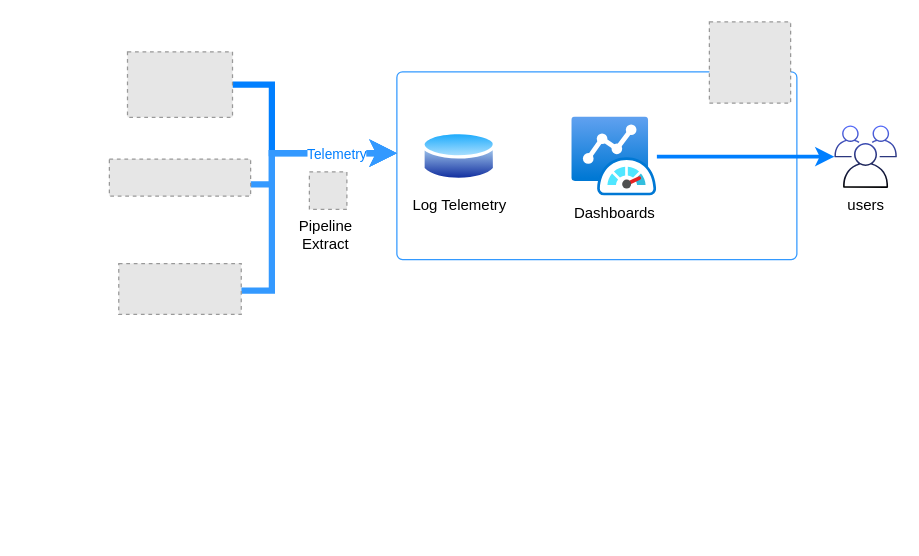
This is Monitor.drawio from jijeeshme/diagrams, a draw.io file, before an edit. Source tidied: cells renumbered, new cells numbered last; positions are measured from the earlier drawing's top-left corner, leaving out a move shared by most shapes. Both pictures are drawn from the tidied source at 125%, with x=0, y=0 at pixel (109, 21). Pictures stored in the file or linked from it are replaced by grey dashed boxes.
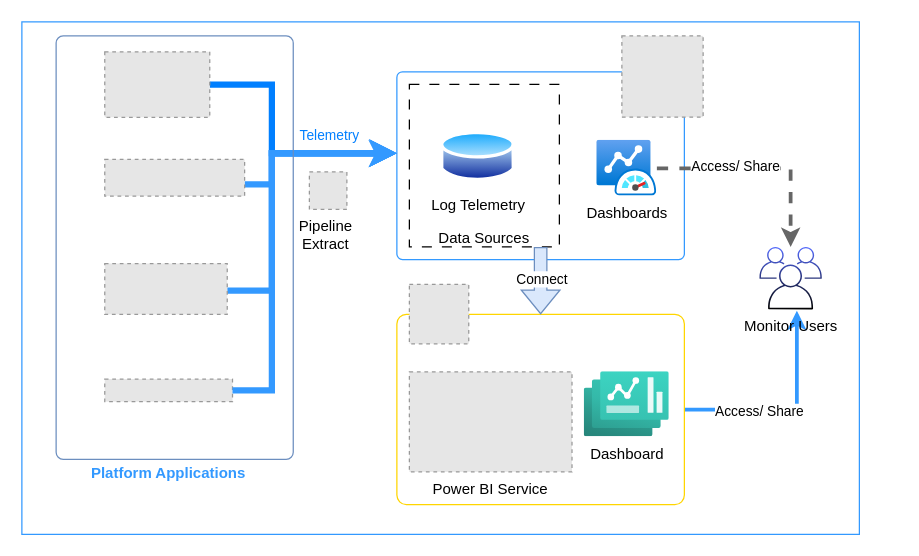
After the change.

The change refers to these unchanged cells:
```xml
<mxCell id="9" style="edgeStyle=orthogonalEdgeStyle;rounded=0;jettySize=auto;html=1;strokeColor=#3399FF;strokeWidth=5;" parent="1" edge="1" source="11" target="2">
  <mxGeometry relative="1" as="geometry">
    <Array as="points">
      <mxPoint x="130" y="215" />
      <mxPoint x="130" y="105" />
    </Array>
  </mxGeometry>
</mxCell>
```

Change to the diagram source:
```diff
@@
+    <mxCell id="16" value="&lt;div&gt;&lt;br&gt;&lt;/div&gt;&lt;div&gt;&lt;br&gt;&lt;/div&gt;&lt;div&gt;&lt;br&gt;&lt;/div&gt;&lt;div&gt;&lt;br&gt;&lt;/div&gt;&lt;div&gt;&lt;br&gt;&lt;/div&gt;&lt;div&gt;&lt;br&gt;&lt;/div&gt;&lt;div&gt;&lt;br&gt;&lt;/div&gt;&lt;div&gt;&lt;br&gt;&lt;/div&gt;Data Sources" style="rounded=0;whiteSpace=wrap;html=1;fillColor=none;dashed=1;dashPattern=8 8;" parent="1" vertex="1">
+      <mxGeometry x="240" y="50" width="120" height="130" as="geometry" />
+    </mxCell>
+    <mxCell id="17" style="rounded=0;whiteSpace=wrap;html=1;fillColor=none;strokeColor=#3399FF;" parent="1" vertex="1">
+      <mxGeometry x="-70" width="670" height="410" as="geometry" />
+    </mxCell>
+    <mxCell id="18" style="edgeStyle=orthogonalEdgeStyle;rounded=0;jettySize=auto;html=1;entryX=0.6;entryY=1.022;entryDx=0;entryDy=0;entryPerimeter=0;strokeWidth=3;strokeColor=#3399FF;" parent="1" edge="1" source="20" target="14">
+      <mxGeometry relative="1" as="geometry">
+        <Array as="points">
+          <mxPoint x="550" y="310" />
+        </Array>
+      </mxGeometry>
+    </mxCell>
+    <mxCell id="19" value="Access/ Share" style="edgeLabel;html=1;align=center;verticalAlign=middle;" parent="18" vertex="1">
+      <mxGeometry x="-0.3" y="-1" relative="1" as="geometry" />
+    </mxCell>
+    <mxCell id="20" style="rounded=1;whiteSpace=wrap;html=1;fillColor=none;arcSize=5;strokeColor=light-dark(#ffd500, #ededed);" parent="1" vertex="1">
+      <mxGeometry x="230" y="234" width="230" height="152.2" as="geometry" />
+    </mxCell>
     <mxCell id="2" style="rounded=1;whiteSpace=wrap;html=1;fillColor=none;arcSize=3;strokeColor=#3399FF;" parent="1" vertex="1">
-      <mxGeometry x="230" y="39.9" width="320" height="150.2" as="geometry" />
+      <mxGeometry x="230" y="39.9" width="230" height="150.2" as="geometry" />
     </mxCell>
@@
     <mxCell id="4" style="fillColor=#E6E6E6;strokeColor=#999999;dashed=1;verticalLabelPosition=bottom;verticalAlign=top;" parent="1" vertex="1">
-      <mxGeometry x="14.5" y="23.9" width="84" height="52.4" as="geometry" />
+      <mxGeometry x="-3.7" y="23.9" width="84" height="52.4" as="geometry" />
     </mxCell>
     <mxCell id="5" style="fillColor=#E6E6E6;strokeColor=#999999;dashed=1;verticalLabelPosition=bottom;verticalAlign=top;" parent="1" vertex="1">
-      <mxGeometry x="480" width="65" height="65" as="geometry" />
+      <mxGeometry x="410" y="11.2" width="65" height="65" as="geometry" />
     </mxCell>
@@
     <mxCell id="7" style="fillColor=#E6E6E6;strokeColor=#999999;dashed=1;verticalLabelPosition=bottom;verticalAlign=top;" parent="1" vertex="1">
-      <mxGeometry y="109.7" width="113" height="29.7" as="geometry" />
+      <mxGeometry x="-3.7" y="110" width="111.9" height="29.4" as="geometry" />
     </mxCell>
     <mxCell id="8" value="Log Telemetry" style="image;perimeter=ellipsePerimeter;html=1;align=center;shadow=0;dashed=0;spacingTop=3;image=img/lib/active_directory/database.svg;" parent="1" vertex="1">
-      <mxGeometry x="250" y="85.6" width="60" height="44.4" as="geometry" />
+      <mxGeometry x="265" y="85.6" width="60" height="44.4" as="geometry" />
     </mxCell>
@@
     <mxCell id="10" value="&lt;font color=&quot;#007fff&quot;&gt;Telemetry&lt;/font&gt;" style="edgeLabel;html=1;align=center;verticalAlign=middle;" parent="9" vertex="1">
-      <mxGeometry x="0.59" relative="1" as="geometry" />
+      <mxGeometry x="0.59" relative="1" as="geometry">
+        <mxPoint x="-4" y="-15" as="offset" />
+      </mxGeometry>
     </mxCell>
     <mxCell id="11" style="fillColor=#E6E6E6;strokeColor=#999999;dashed=1;verticalLabelPosition=bottom;verticalAlign=top;" parent="1" vertex="1">
-      <mxGeometry x="7.5" y="193.3" width="98" height="40.7" as="geometry" />
+      <mxGeometry x="-3.7" y="193.3" width="98" height="40.7" as="geometry" />
     </mxCell>
-    <mxCell id="12" style="edgeStyle=orthogonalEdgeStyle;rounded=0;jettySize=auto;html=1;strokeWidth=3;strokeColor=#007FFF;" parent="1" edge="1" source="13" target="14">
+    <mxCell id="12" style="edgeStyle=orthogonalEdgeStyle;rounded=0;jettySize=auto;html=1;strokeWidth=3;strokeColor=#666666;fillColor=#f5f5f5;dashed=1;" parent="1" edge="1" source="13" target="14">
       <mxGeometry relative="1" as="geometry" />
     </mxCell>
+    <mxCell id="21" value="Access/ Share" style="edgeLabel;html=1;align=center;verticalAlign=middle;" parent="12" vertex="1">
+      <mxGeometry x="-0.27" y="2" relative="1" as="geometry" />
+    </mxCell>
     <mxCell id="13" value="Dashboards" style="image;html=1;points=[];align=center;fontSize=12;image=img/lib/azure2/other/Azure_Monitor_Dashboard.svg;" parent="1" vertex="1">
-      <mxGeometry x="370" y="76.2" width="68" height="63.2" as="geometry" />
+      <mxGeometry x="390" y="94.8" width="48" height="44.6" as="geometry" />
     </mxCell>
-    <mxCell id="14" value="users" style="sketch=0;outlineConnect=0;strokeColor=#6c8ebf;fillColor=#566CFC;dashed=0;verticalLabelPosition=bottom;verticalAlign=top;align=center;html=1;fontSize=12;fontStyle=0;shape=mxgraph.aws4.illustration_users;gradientColor=default;" parent="1" vertex="1">
-      <mxGeometry x="580" y="82.8" width="50" height="50" as="geometry" />
+    <mxCell id="14" value="Monitor Users" style="sketch=0;outlineConnect=0;strokeColor=#6c8ebf;fillColor=#566CFC;dashed=0;verticalLabelPosition=bottom;verticalAlign=top;align=center;html=1;fontSize=12;fontStyle=0;shape=mxgraph.aws4.illustration_users;gradientColor=default;" parent="1" vertex="1">
+      <mxGeometry x="520" y="180" width="50" height="50" as="geometry" />
     </mxCell>
@@
+    <mxCell id="22" style="shape=flexArrow;endArrow=classic;html=1;rounded=0;fillColor=#dae8fc;strokeColor=#6c8ebf;" parent="1" edge="1">
+      <mxGeometry relative="1" as="geometry">
+        <mxPoint x="345" y="180" as="sourcePoint" />
+        <mxPoint x="345" y="234" as="targetPoint" />
+      </mxGeometry>
+    </mxCell>
+    <mxCell id="23" value="Connect" style="edgeLabel;html=1;align=center;verticalAlign=middle;" parent="22" vertex="1">
+      <mxGeometry x="-0.14" y="-3" relative="1" as="geometry">
+        <mxPoint x="3" y="2" as="offset" />
+      </mxGeometry>
+    </mxCell>
+    <mxCell id="24" style="fillColor=#E6E6E6;strokeColor=#999999;dashed=1;verticalLabelPosition=bottom;verticalAlign=top;" parent="1" vertex="1">
+      <mxGeometry x="240" y="210" width="47.5" height="47.5" as="geometry" />
+    </mxCell>
+    <mxCell id="25" value="Power BI Service" style="fillColor=#E6E6E6;strokeColor=#999999;dashed=1;verticalLabelPosition=bottom;labelBackgroundColor=default;verticalAlign=top;" parent="1" vertex="1">
+      <mxGeometry x="240" y="280" width="130.1" height="80" as="geometry" />
+    </mxCell>
+    <mxCell id="26" style="fillColor=#E6E6E6;strokeColor=#999999;dashed=1;verticalLabelPosition=bottom;labelBackgroundColor=default;verticalAlign=top;" parent="1" vertex="1">
+      <mxGeometry x="-3.7" y="285.7" width="102.2" height="18.1" as="geometry" />
+    </mxCell>
+    <mxCell id="27" style="edgeStyle=orthogonalEdgeStyle;rounded=0;jettySize=auto;html=1;entryX=-0.003;entryY=0.436;entryDx=0;entryDy=0;entryPerimeter=0;strokeColor=#3399FF;strokeWidth=5;" parent="1" edge="1" source="26" target="2">
+      <mxGeometry relative="1" as="geometry">
+        <Array as="points">
+          <mxPoint x="130" y="295" />
+          <mxPoint x="130" y="105" />
+        </Array>
+      </mxGeometry>
+    </mxCell>
+    <mxCell id="28" value="Dashboard" style="image;html=1;align=center;fontSize=12;image=img/lib/azure2/other/Dashboard_Hub.svg;imageBackground=default;" parent="1" vertex="1">
+      <mxGeometry x="380" y="280" width="68" height="52" as="geometry" />
+    </mxCell>
+    <mxCell id="29" value="&lt;b&gt;&lt;font style=&quot;color: rgb(51, 153, 255);&quot;&gt;Platform Applications&lt;/font&gt;&lt;/b&gt;" style="text;html=1;align=center;verticalAlign=middle;whiteSpace=wrap;rounded=0;" parent="1" vertex="1">
+      <mxGeometry x="-17.2" y="336.2" width="129.2" height="50" as="geometry" />
+    </mxCell>
+    <mxCell id="30" style="rounded=1;whiteSpace=wrap;html=1;arcSize=3;fillColor=none;strokeColor=#6c8ebf;" parent="1" vertex="1">
+      <mxGeometry x="-42.6" y="11.2" width="189.7" height="338.8" as="geometry" />
+    </mxCell>
+    <mxCell id="31" style="edgeStyle=orthogonalEdgeStyle;rounded=0;orthogonalLoop=1;jettySize=auto;html=1;exitX=0.5;exitY=1;exitDx=0;exitDy=0;" parent="1" edge="1" source="2" target="2">
+      <mxGeometry relative="1" as="geometry" />
+    </mxCell>
```
